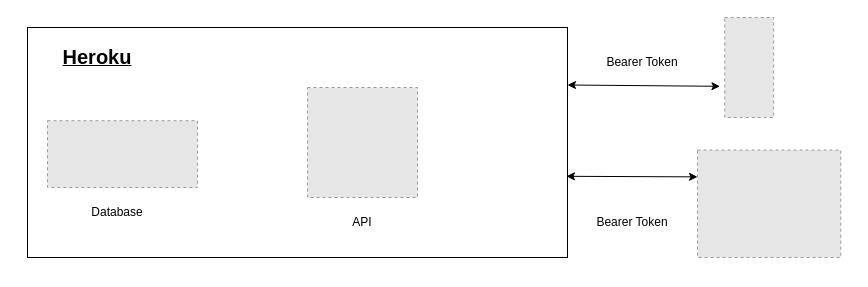
Above: WISH.drawio in jofan-cah/wish-api (draw.io), before the change. Source tidied: cells renumbered, new cells numbered last; positions are measured from the earlier drawing's top-left corner, leaving out a move shared by most shapes. Both pictures are drawn from the tidied source at 100%, with x=0, y=0 at pixel (17, 17). Pictures stored in the file or linked from it are replaced by grey dashed boxes.
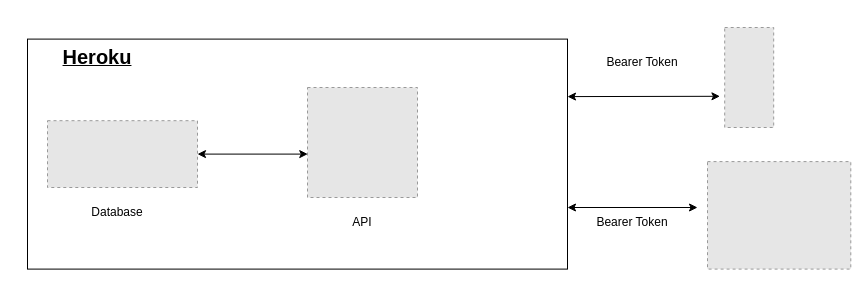
The same page after the edit.

What changed in the source:
```diff
@@
 <mxGraphModel>
   <root>
     <mxCell id="0" />
     <mxCell id="1" parent="0" />
     <mxCell id="2" style="rounded=0;whiteSpace=wrap;html=1;" parent="1" vertex="1">
-      <mxGeometry x="10" y="10" width="540" height="230" as="geometry" />
+      <mxGeometry x="10" y="21.6" width="540" height="230" as="geometry" />
     </mxCell>
     <mxCell id="3" style="fillColor=#E6E6E6;strokeColor=#999999;dashed=1;verticalLabelPosition=bottom;labelBackgroundColor=default;verticalAlign=top;" parent="1" vertex="1">
-      <mxGeometry x="707.2" width="49" height="100" as="geometry" />
+      <mxGeometry x="707.2" y="10" width="49" height="100" as="geometry" />
     </mxCell>
     <mxCell id="4" style="fillColor=#E6E6E6;strokeColor=#999999;dashed=1;verticalLabelPosition=bottom;labelBackgroundColor=default;verticalAlign=top;" parent="1" vertex="1">
-      <mxGeometry x="680" y="132.5" width="143.3" height="107.5" as="geometry" />
+      <mxGeometry x="690" y="144.1" width="143.3" height="107.5" as="geometry" />
     </mxCell>
     <mxCell id="5" style="fillColor=#E6E6E6;strokeColor=#999999;dashed=1;verticalLabelPosition=bottom;labelBackgroundColor=default;verticalAlign=top;" parent="1" vertex="1">
       <mxGeometry x="290" y="70" width="110" height="110" as="geometry" />
     </mxCell>
     <mxCell id="6" style="fillColor=#E6E6E6;strokeColor=#999999;dashed=1;verticalLabelPosition=bottom;labelBackgroundColor=default;verticalAlign=top;" parent="1" vertex="1">
       <mxGeometry x="30" y="103.2" width="150" height="66.8" as="geometry" />
     </mxCell>
     <mxCell id="7" value="&lt;h2&gt;&lt;u&gt;&lt;font style=&quot;font-size: 20px;&quot;&gt;Heroku&lt;/font&gt;&lt;/u&gt;&lt;/h2&gt;" style="text;html=1;strokeColor=none;fillColor=none;align=center;verticalAlign=middle;whiteSpace=wrap;rounded=0;strokeWidth=8;" parent="1" vertex="1">
       <mxGeometry y="20" width="160" height="40" as="geometry" />
     </mxCell>
     <mxCell id="8" value="API" style="text;html=1;strokeColor=none;fillColor=none;align=center;verticalAlign=middle;whiteSpace=wrap;rounded=0;" parent="1" vertex="1">
       <mxGeometry x="315" y="190" width="60" height="30" as="geometry" />
     </mxCell>
     <mxCell id="9" value="Database" style="text;html=1;strokeColor=none;fillColor=none;align=center;verticalAlign=middle;whiteSpace=wrap;rounded=0;" parent="1" vertex="1">
       <mxGeometry x="70" y="180" width="60" height="30" as="geometry" />
     </mxCell>
     <mxCell id="10" value="Bearer Token" style="text;html=1;strokeColor=none;fillColor=none;align=center;verticalAlign=middle;whiteSpace=wrap;rounded=0;" parent="1" vertex="1">
       <mxGeometry x="570" y="190" width="90" height="30" as="geometry" />
     </mxCell>
     <mxCell id="11" value="Bearer Token" style="text;html=1;strokeColor=none;fillColor=none;align=center;verticalAlign=middle;whiteSpace=wrap;rounded=0;" parent="1" vertex="1">
       <mxGeometry x="580" y="30" width="90" height="30" as="geometry" />
     </mxCell>
     <mxCell id="12" style="endArrow=classic;startArrow=classic;html=1;rounded=0;entryX=1;entryY=0.25;entryDx=0;entryDy=0;exitX=-0.097;exitY=0.688;exitDx=0;exitDy=0;exitPerimeter=0;" parent="1" edge="1" source="3" target="2">
       <mxGeometry relative="1" as="geometry" />
     </mxCell>
-    <mxCell id="13" style="endArrow=classic;startArrow=classic;html=1;rounded=0;entryX=0;entryY=0.25;entryDx=0;entryDy=0;exitX=0.998;exitY=0.647;exitDx=0;exitDy=0;exitPerimeter=0;" parent="1" edge="1" source="2" target="4">
-      <mxGeometry relative="1" as="geometry" />
+    <mxCell id="13" style="endArrow=classic;startArrow=classic;html=1;rounded=0;" parent="1" edge="1">
+      <mxGeometry relative="1" as="geometry">
+        <mxPoint x="550" y="190" as="sourcePoint" />
+        <mxPoint x="680" y="190" as="targetPoint" />
+      </mxGeometry>
     </mxCell>
+    <mxCell id="14" style="endArrow=classic;startArrow=classic;html=1;rounded=0;exitX=1;exitY=0.5;exitDx=0;exitDy=0;entryX=0.519;entryY=0.5;entryDx=0;entryDy=0;entryPerimeter=0;" parent="1" edge="1" source="6" target="2">
+      <mxGeometry relative="1" as="geometry" />
+    </mxCell>
   </root>
 </mxGraphModel>
```
